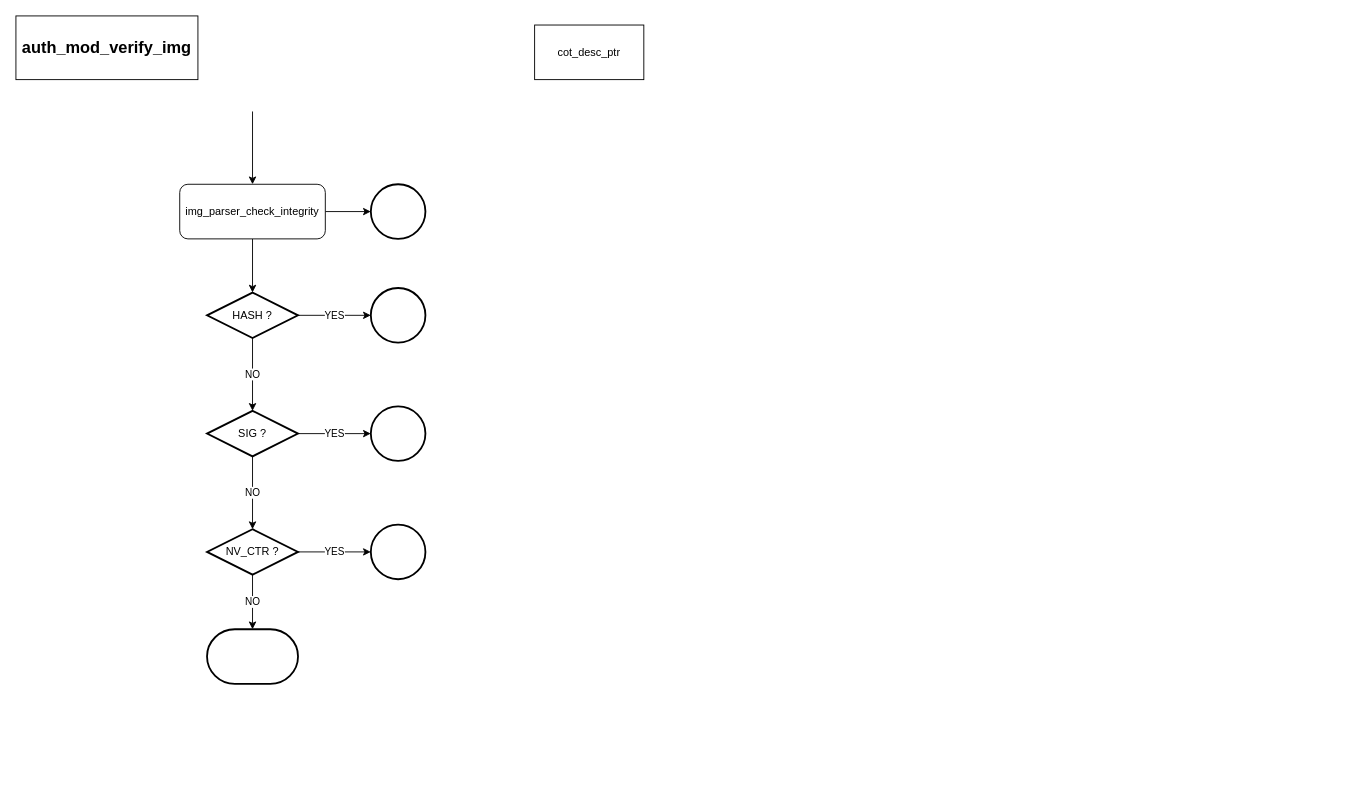
Earlier version of the draw.io diagram page "auth_mod_verify_img" (2 of 5) of mbedx509_parser.drawio (daichin/secureboot). Source tidied: cells renumbered, new cells numbered last; positions are measured from the earlier drawing's top-left corner, leaving out a move shared by most shapes. Both pictures are drawn from the tidied source at 91%, with x=0, y=0 at pixel (15, 15).
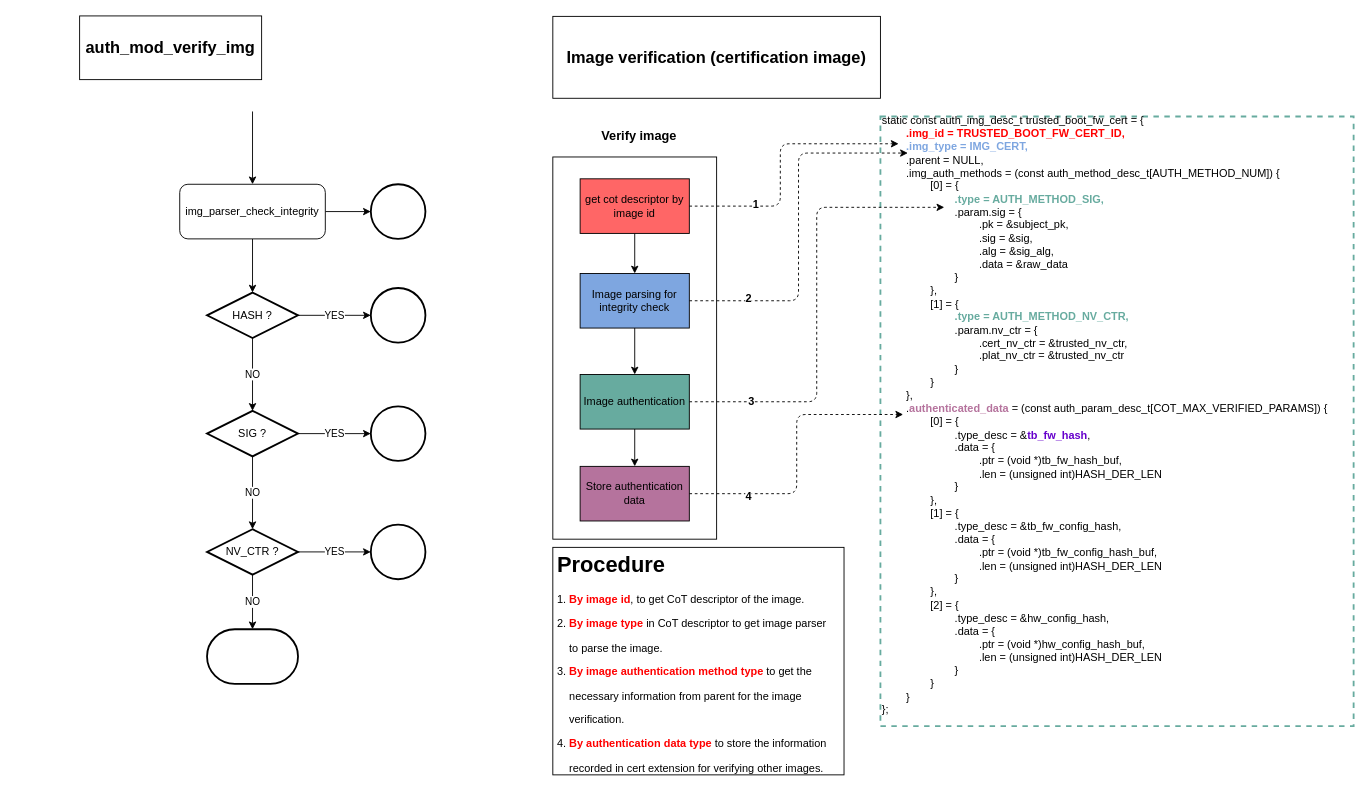
After the change.

What changed in the source:
```diff
@@
     <mxCell id="5" value="auth_mod_verify_img" style="text;html=1;strokeColor=#000000;fillColor=none;align=center;verticalAlign=middle;whiteSpace=wrap;rounded=0;fontSize=18;fontStyle=1;" parent="1" vertex="1">
-      <mxGeometry width="200" height="70" as="geometry" />
+      <mxGeometry x="70" width="200" height="70" as="geometry" />
     </mxCell>
@@
-    <mxCell id="7" value="cot_desc_ptr" style="rounded=0;whiteSpace=wrap;html=1;" parent="1" vertex="1">
-      <mxGeometry x="570" y="10" width="120" height="60" as="geometry" />
-    </mxCell>
@@
+    <mxCell id="22" style="edgeStyle=orthogonalEdgeStyle;rounded=0;jettySize=auto;html=1;exitX=0;exitY=0.5;exitDx=0;exitDy=0;entryX=0;entryY=0.4;entryDx=0;entryDy=0;entryPerimeter=0;dashed=1;fontSize=12;" parent="1" edge="1" source="23" target="43">
+      <mxGeometry relative="1" as="geometry" />
+    </mxCell>
+    <mxCell id="23" value="&lt;div&gt;&lt;div&gt;static const auth_img_desc_t trusted_boot_fw_cert = {&lt;/div&gt;&lt;div&gt;&lt;font color=&quot;#ff0000&quot;&gt;&lt;b&gt;&amp;nbsp; &amp;nbsp; &amp;nbsp; &amp;nbsp; .img_id = TRUSTED_BOOT_FW_CERT_ID,&amp;nbsp;&lt;/b&gt;&lt;/font&gt;&lt;/div&gt;&lt;div&gt;&lt;font color=&quot;#7ea6e0&quot;&gt;&lt;b&gt;&amp;nbsp; &amp;nbsp; &amp;nbsp; &amp;nbsp; .img_type = IMG_CERT,&lt;/b&gt;&lt;/font&gt;&lt;/div&gt;&lt;div&gt;&amp;nbsp; &amp;nbsp; &amp;nbsp; &amp;nbsp; .parent = NULL,&lt;/div&gt;&lt;div&gt;&amp;nbsp; &amp;nbsp; &amp;nbsp; &amp;nbsp; .img_auth_methods = (const auth_method_desc_t[AUTH_METHOD_NUM]) {&lt;/div&gt;&lt;div&gt;&amp;nbsp; &amp;nbsp; &amp;nbsp; &amp;nbsp; &amp;nbsp; &amp;nbsp; &amp;nbsp; &amp;nbsp; [0] = {&lt;/div&gt;&lt;div&gt;&lt;font color=&quot;#67ab9f&quot;&gt;&lt;b&gt;&amp;nbsp; &amp;nbsp; &amp;nbsp; &amp;nbsp; &amp;nbsp; &amp;nbsp; &amp;nbsp; &amp;nbsp; &amp;nbsp; &amp;nbsp; &amp;nbsp; &amp;nbsp; .type = AUTH_METHOD_SIG,&lt;/b&gt;&lt;/font&gt;&lt;/div&gt;&lt;div&gt;&amp;nbsp; &amp;nbsp; &amp;nbsp; &amp;nbsp; &amp;nbsp; &amp;nbsp; &amp;nbsp; &amp;nbsp; &amp;nbsp; &amp;nbsp; &amp;nbsp; &amp;nbsp; .param.sig = {&lt;/div&gt;&lt;div&gt;&amp;nbsp; &amp;nbsp; &amp;nbsp; &amp;nbsp; &amp;nbsp; &amp;nbsp; &amp;nbsp; &amp;nbsp; &amp;nbsp; &amp;nbsp; &amp;nbsp; &amp;nbsp; &amp;nbsp; &amp;nbsp; &amp;nbsp; &amp;nbsp; .pk = &amp;amp;subject_pk,&lt;/div&gt;&lt;div&gt;&amp;nbsp; &amp;nbsp; &amp;nbsp; &amp;nbsp; &amp;nbsp; &amp;nbsp; &amp;nbsp; &amp;nbsp; &amp;nbsp; &amp;nbsp; &amp;nbsp; &amp;nbsp; &amp;nbsp; &amp;nbsp; &amp;nbsp; &amp;nbsp; .sig = &amp;amp;sig,&lt;/div&gt;&lt;div&gt;&amp;nbsp; &amp;nbsp; &amp;nbsp; &amp;nbsp; &amp;nbsp; &amp;nbsp; &amp;nbsp; &amp;nbsp; &amp;nbsp; &amp;nbsp; &amp;nbsp; &amp;nbsp; &amp;nbsp; &amp;nbsp; &amp;nbsp; &amp;nbsp; .alg = &amp;amp;sig_alg,&lt;/div&gt;&lt;div&gt;&amp;nbsp; &amp;nbsp; &amp;nbsp; &amp;nbsp; &amp;nbsp; &amp;nbsp; &amp;nbsp; &amp;nbsp; &amp;nbsp; &amp;nbsp; &amp;nbsp; &amp;nbsp; &amp;nbsp; &amp;nbsp; &amp;nbsp; &amp;nbsp; .data = &amp;amp;raw_data&lt;/div&gt;&lt;div&gt;&amp;nbsp; &amp;nbsp; &amp;nbsp; &amp;nbsp; &amp;nbsp; &amp;nbsp; &amp;nbsp; &amp;nbsp; &amp;nbsp; &amp;nbsp; &amp;nbsp; &amp;nbsp; }&lt;/div&gt;&lt;div&gt;&amp;nbsp; &amp;nbsp; &amp;nbsp; &amp;nbsp; &amp;nbsp; &amp;nbsp; &amp;nbsp; &amp;nbsp; },&lt;/div&gt;&lt;div&gt;&amp;nbsp; &amp;nbsp; &amp;nbsp; &amp;nbsp; &amp;nbsp; &amp;nbsp; &amp;nbsp; &amp;nbsp; [1] = {&lt;/div&gt;&lt;div&gt;&lt;font color=&quot;#67ab9f&quot;&gt;&lt;b&gt;&amp;nbsp; &amp;nbsp; &amp;nbsp; &amp;nbsp; &amp;nbsp; &amp;nbsp; &amp;nbsp; &amp;nbsp; &amp;nbsp; &amp;nbsp; &amp;nbsp; &amp;nbsp; .type = AUTH_METHOD_NV_CTR,&lt;/b&gt;&lt;/font&gt;&lt;/div&gt;&lt;div&gt;&amp;nbsp; &amp;nbsp; &amp;nbsp; &amp;nbsp; &amp;nbsp; &amp;nbsp; &amp;nbsp; &amp;nbsp; &amp;nbsp; &amp;nbsp; &amp;nbsp; &amp;nbsp; .param.nv_ctr = {&lt;/div&gt;&lt;div&gt;&amp;nbsp; &amp;nbsp; &amp;nbsp; &amp;nbsp; &amp;nbsp; &amp;nbsp; &amp;nbsp; &amp;nbsp; &amp;nbsp; &amp;nbsp; &amp;nbsp; &amp;nbsp; &amp;nbsp; &amp;nbsp; &amp;nbsp; &amp;nbsp; .cert_nv_ctr = &amp;amp;trusted_nv_ctr,&lt;/div&gt;&lt;div&gt;&amp;nbsp; &amp;nbsp; &amp;nbsp; &amp;nbsp; &amp;nbsp; &amp;nbsp; &amp;nbsp; &amp;nbsp; &amp;nbsp; &amp;nbsp; &amp;nbsp; &amp;nbsp; &amp;nbsp; &amp;nbsp; &amp;nbsp; &amp;nbsp; .plat_nv_ctr = &amp;amp;trusted_nv_ctr&lt;/div&gt;&lt;div&gt;&amp;nbsp; &amp;nbsp; &amp;nbsp; &amp;nbsp; &amp;nbsp; &amp;nbsp; &amp;nbsp; &amp;nbsp; &amp;nbsp; &amp;nbsp; &amp;nbsp; &amp;nbsp; }&lt;/div&gt;&lt;div&gt;&amp;nbsp; &amp;nbsp; &amp;nbsp; &amp;nbsp; &amp;nbsp; &amp;nbsp; &amp;nbsp; &amp;nbsp; }&lt;/div&gt;&lt;div&gt;&amp;nbsp; &amp;nbsp; &amp;nbsp; &amp;nbsp; },&lt;/div&gt;&lt;div&gt;&amp;nbsp; &amp;nbsp; &amp;nbsp; &amp;nbsp; .&lt;font color=&quot;#b5739d&quot;&gt;&lt;b&gt;authenticated_data &lt;/b&gt;&lt;/font&gt;= (const auth_param_desc_t[COT_MAX_VERIFIED_PARAMS]) {&lt;/div&gt;&lt;div&gt;&amp;nbsp; &amp;nbsp; &amp;nbsp; &amp;nbsp; &amp;nbsp; &amp;nbsp; &amp;nbsp; &amp;nbsp; [0] = {&lt;/div&gt;&lt;div&gt;&amp;nbsp; &amp;nbsp; &amp;nbsp; &amp;nbsp; &amp;nbsp; &amp;nbsp; &amp;nbsp; &amp;nbsp; &amp;nbsp; &amp;nbsp; &amp;nbsp; &amp;nbsp; .type_desc = &amp;amp;&lt;font color=&quot;#6600cc&quot;&gt;&lt;b&gt;tb_fw_hash&lt;/b&gt;&lt;/font&gt;,&lt;/div&gt;&lt;div&gt;&amp;nbsp; &amp;nbsp; &amp;nbsp; &amp;nbsp; &amp;nbsp; &amp;nbsp; &amp;nbsp; &amp;nbsp; &amp;nbsp; &amp;nbsp; &amp;nbsp; &amp;nbsp; .data = {&lt;/div&gt;&lt;div&gt;&amp;nbsp; &amp;nbsp; &amp;nbsp; &amp;nbsp; &amp;nbsp; &amp;nbsp; &amp;nbsp; &amp;nbsp; &amp;nbsp; &amp;nbsp; &amp;nbsp; &amp;nbsp; &amp;nbsp; &amp;nbsp; &amp;nbsp; &amp;nbsp; .ptr = (void *)tb_fw_hash_buf,&lt;/div&gt;&lt;div&gt;&amp;nbsp; &amp;nbsp; &amp;nbsp; &amp;nbsp; &amp;nbsp; &amp;nbsp; &amp;nbsp; &amp;nbsp; &amp;nbsp; &amp;nbsp; &amp;nbsp; &amp;nbsp; &amp;nbsp; &amp;nbsp; &amp;nbsp; &amp;nbsp; .len = (unsigned int)HASH_DER_LEN&lt;/div&gt;&lt;div&gt;&amp;nbsp; &amp;nbsp; &amp;nbsp; &amp;nbsp; &amp;nbsp; &amp;nbsp; &amp;nbsp; &amp;nbsp; &amp;nbsp; &amp;nbsp; &amp;nbsp; &amp;nbsp; }&lt;/div&gt;&lt;div&gt;&amp;nbsp; &amp;nbsp; &amp;nbsp; &amp;nbsp; &amp;nbsp; &amp;nbsp; &amp;nbsp; &amp;nbsp; },&lt;/div&gt;&lt;div&gt;&amp;nbsp; &amp;nbsp; &amp;nbsp; &amp;nbsp; &amp;nbsp; &amp;nbsp; &amp;nbsp; &amp;nbsp; [1] = {&lt;/div&gt;&lt;div&gt;&amp;nbsp; &amp;nbsp; &amp;nbsp; &amp;nbsp; &amp;nbsp; &amp;nbsp; &amp;nbsp; &amp;nbsp; &amp;nbsp; &amp;nbsp; &amp;nbsp; &amp;nbsp; .type_desc = &amp;amp;tb_fw_config_hash,&lt;/div&gt;&lt;div&gt;&amp;nbsp; &amp;nbsp; &amp;nbsp; &amp;nbsp; &amp;nbsp; &amp;nbsp; &amp;nbsp; &amp;nbsp; &amp;nbsp; &amp;nbsp; &amp;nbsp; &amp;nbsp; .data = {&lt;/div&gt;&lt;div&gt;&amp;nbsp; &amp;nbsp; &amp;nbsp; &amp;nbsp; &amp;nbsp; &amp;nbsp; &amp;nbsp; &amp;nbsp; &amp;nbsp; &amp;nbsp; &amp;nbsp; &amp;nbsp; &amp;nbsp; &amp;nbsp; &amp;nbsp; &amp;nbsp; .ptr = (void *)tb_fw_config_hash_buf,&lt;/div&gt;&lt;div&gt;&amp;nbsp; &amp;nbsp; &amp;nbsp; &amp;nbsp; &amp;nbsp; &amp;nbsp; &amp;nbsp; &amp;nbsp; &amp;nbsp; &amp;nbsp; &amp;nbsp; &amp;nbsp; &amp;nbsp; &amp;nbsp; &amp;nbsp; &amp;nbsp; .len = (unsigned int)HASH_DER_LEN&lt;/div&gt;&lt;div&gt;&amp;nbsp; &amp;nbsp; &amp;nbsp; &amp;nbsp; &amp;nbsp; &amp;nbsp; &amp;nbsp; &amp;nbsp; &amp;nbsp; &amp;nbsp; &amp;nbsp; &amp;nbsp; }&lt;/div&gt;&lt;div&gt;&amp;nbsp; &amp;nbsp; &amp;nbsp; &amp;nbsp; &amp;nbsp; &amp;nbsp; &amp;nbsp; &amp;nbsp; },&lt;/div&gt;&lt;div&gt;&amp;nbsp; &amp;nbsp; &amp;nbsp; &amp;nbsp; &amp;nbsp; &amp;nbsp; &amp;nbsp; &amp;nbsp; [2] = {&lt;/div&gt;&lt;div&gt;&amp;nbsp; &amp;nbsp; &amp;nbsp; &amp;nbsp; &amp;nbsp; &amp;nbsp; &amp;nbsp; &amp;nbsp; &amp;nbsp; &amp;nbsp; &amp;nbsp; &amp;nbsp; .type_desc = &amp;amp;hw_config_hash,&lt;/div&gt;&lt;div&gt;&amp;nbsp; &amp;nbsp; &amp;nbsp; &amp;nbsp; &amp;nbsp; &amp;nbsp; &amp;nbsp; &amp;nbsp; &amp;nbsp; &amp;nbsp; &amp;nbsp; &amp;nbsp; .data = {&lt;/div&gt;&lt;div&gt;&amp;nbsp; &amp;nbsp; &amp;nbsp; &amp;nbsp; &amp;nbsp; &amp;nbsp; &amp;nbsp; &amp;nbsp; &amp;nbsp; &amp;nbsp; &amp;nbsp; &amp;nbsp; &amp;nbsp; &amp;nbsp; &amp;nbsp; &amp;nbsp; .ptr = (void *)hw_config_hash_buf,&lt;/div&gt;&lt;div&gt;&amp;nbsp; &amp;nbsp; &amp;nbsp; &amp;nbsp; &amp;nbsp; &amp;nbsp; &amp;nbsp; &amp;nbsp; &amp;nbsp; &amp;nbsp; &amp;nbsp; &amp;nbsp; &amp;nbsp; &amp;nbsp; &amp;nbsp; &amp;nbsp; .len = (unsigned int)HASH_DER_LEN&lt;/div&gt;&lt;div&gt;&amp;nbsp; &amp;nbsp; &amp;nbsp; &amp;nbsp; &amp;nbsp; &amp;nbsp; &amp;nbsp; &amp;nbsp; &amp;nbsp; &amp;nbsp; &amp;nbsp; &amp;nbsp; }&lt;/div&gt;&lt;div&gt;&amp;nbsp; &amp;nbsp; &amp;nbsp; &amp;nbsp; &amp;nbsp; &amp;nbsp; &amp;nbsp; &amp;nbsp; }&lt;/div&gt;&lt;div&gt;&amp;nbsp; &amp;nbsp; &amp;nbsp; &amp;nbsp; }&lt;/div&gt;&lt;div&gt;};&lt;/div&gt;&lt;/div&gt;&lt;div&gt;&lt;br&gt;&lt;/div&gt;" style="rounded=0;whiteSpace=wrap;html=1;align=left;dashed=1;strokeColor=#67AB9F;strokeWidth=2;" parent="1" vertex="1">
+      <mxGeometry x="950" y="110.5" width="520" height="670" as="geometry" />
+    </mxCell>
+    <mxCell id="24" value="Image verification (certification image)" style="text;html=1;strokeColor=#000000;fillColor=none;align=center;verticalAlign=middle;whiteSpace=wrap;rounded=0;fontSize=18;fontStyle=1;" parent="1" vertex="1">
+      <mxGeometry x="590" y="0.5" width="360" height="90" as="geometry" />
+    </mxCell>
+    <mxCell id="25" style="group;" parent="1" vertex="1">
+      <mxGeometry x="590" y="155" width="180" height="420" as="geometry" />
+    </mxCell>
+    <mxCell id="26" style="rounded=0;whiteSpace=wrap;html=1;strokeColor=#000000;fillColor=#FFFFFF;align=left;" parent="25" vertex="1">
+      <mxGeometry width="180" height="420" as="geometry" />
+    </mxCell>
+    <mxCell id="27" value="get cot descriptor by image id" style="rounded=0;whiteSpace=wrap;html=1;strokeColor=#000000;align=center;fillColor=#FF6666;" parent="25" vertex="1">
+      <mxGeometry x="30" y="24" width="120" height="60" as="geometry" />
+    </mxCell>
+    <mxCell id="28" value="Image parsing for integrity check" style="rounded=0;whiteSpace=wrap;html=1;strokeColor=#000000;align=center;fillColor=#7EA6E0;" parent="25" vertex="1">
+      <mxGeometry x="30" y="128" width="120" height="60" as="geometry" />
+    </mxCell>
+    <mxCell id="29" style="edgeStyle=orthogonalEdgeStyle;rounded=0;jettySize=auto;html=1;" parent="25" edge="1" source="27" target="28">
+      <mxGeometry relative="1" as="geometry" />
+    </mxCell>
+    <mxCell id="30" value="Image authentication" style="rounded=0;whiteSpace=wrap;html=1;strokeColor=#000000;align=center;fillColor=#67AB9F;" parent="25" vertex="1">
+      <mxGeometry x="30" y="239" width="120" height="60" as="geometry" />
+    </mxCell>
+    <mxCell id="31" style="edgeStyle=orthogonalEdgeStyle;rounded=0;jettySize=auto;html=1;" parent="25" edge="1" source="28" target="30">
+      <mxGeometry relative="1" as="geometry" />
+    </mxCell>
+    <mxCell id="32" value="Store authentication data" style="rounded=0;whiteSpace=wrap;html=1;strokeColor=#000000;align=center;fillColor=#B5739D;" parent="25" vertex="1">
+      <mxGeometry x="30" y="340" width="120" height="60" as="geometry" />
+    </mxCell>
+    <mxCell id="33" style="edgeStyle=orthogonalEdgeStyle;rounded=0;jettySize=auto;html=1;" parent="25" edge="1" source="30" target="32">
+      <mxGeometry relative="1" as="geometry" />
+    </mxCell>
+    <mxCell id="34" value="&lt;b&gt;&lt;font style=&quot;font-size: 14px&quot;&gt;Verify image&lt;/font&gt;&lt;/b&gt;" style="text;html=1;strokeColor=none;fillColor=none;align=center;verticalAlign=middle;whiteSpace=wrap;rounded=0;" parent="1" vertex="1">
+      <mxGeometry x="630" y="122" width="110" height="20" as="geometry" />
+    </mxCell>
+    <mxCell id="35" style="edgeStyle=elbowEdgeStyle;elbow=horizontal;endArrow=classic;html=1;dashed=1;fontSize=12;exitX=1;exitY=0.5;exitDx=0;exitDy=0;" parent="1" edge="1" source="27">
+      <mxGeometry relative="1" as="geometry">
+        <mxPoint x="970" y="140.5" as="targetPoint" />
+        <Array as="points">
+          <mxPoint x="840" y="180.5" />
+        </Array>
+      </mxGeometry>
+    </mxCell>
+    <mxCell id="36" value="&lt;b&gt;1&lt;/b&gt;" style="text;html=1;align=center;verticalAlign=middle;labelBackgroundColor=#ffffff;fontSize=12;" parent="35" vertex="1">
+      <mxGeometry x="-0.52" y="2" relative="1" as="geometry" />
+    </mxCell>
+    <mxCell id="37" style="edgeStyle=elbowEdgeStyle;elbow=horizontal;endArrow=classic;html=1;dashed=1;fontSize=12;exitX=1;exitY=0.5;exitDx=0;exitDy=0;entryX=0.058;entryY=0.06;entryDx=0;entryDy=0;entryPerimeter=0;" parent="1" edge="1" source="28" target="23">
+      <mxGeometry relative="1" as="geometry" />
+    </mxCell>
+    <mxCell id="38" value="&lt;b&gt;2&lt;/b&gt;" style="text;html=1;align=center;verticalAlign=middle;labelBackgroundColor=#ffffff;fontSize=12;" parent="37" vertex="1">
+      <mxGeometry x="-0.68" y="3" relative="1" as="geometry" />
+    </mxCell>
+    <mxCell id="39" style="edgeStyle=elbowEdgeStyle;elbow=horizontal;endArrow=classic;html=1;dashed=1;fontSize=12;entryX=0.135;entryY=0.149;entryDx=0;entryDy=0;entryPerimeter=0;exitX=1;exitY=0.5;exitDx=0;exitDy=0;" parent="1" edge="1" source="30" target="23">
+      <mxGeometry relative="1" as="geometry" />
+    </mxCell>
+    <mxCell id="40" value="&lt;b&gt;3&lt;/b&gt;" style="text;html=1;align=center;verticalAlign=middle;labelBackgroundColor=#ffffff;fontSize=12;" parent="39" vertex="1">
+      <mxGeometry x="-0.71" relative="1" as="geometry">
+        <mxPoint x="-5" y="-0.5" as="offset" />
+      </mxGeometry>
+    </mxCell>
+    <mxCell id="41" style="edgeStyle=elbowEdgeStyle;elbow=horizontal;endArrow=classic;html=1;dashed=1;fontSize=12;exitX=1;exitY=0.5;exitDx=0;exitDy=0;entryX=0.25;entryY=0;entryDx=0;entryDy=0;" parent="1" edge="1" source="32" target="43">
+      <mxGeometry relative="1" as="geometry" />
+    </mxCell>
+    <mxCell id="42" value="&lt;b&gt;4&lt;/b&gt;" style="text;html=1;align=center;verticalAlign=middle;labelBackgroundColor=#ffffff;fontSize=12;" parent="41" vertex="1">
+      <mxGeometry x="-0.6" y="-2" relative="1" as="geometry" />
+    </mxCell>
+    <mxCell id="43" style="rounded=0;whiteSpace=wrap;html=1;dashed=1;strokeColor=#67AB9F;fontSize=12;align=left;" parent="1" vertex="1">
+      <mxGeometry x="975" y="430.5" height="15" as="geometry" />
+    </mxCell>
+    <mxCell id="44" value="&lt;h1&gt;Procedure&lt;/h1&gt;&lt;p&gt;1. &lt;font color=&quot;#ff0000&quot;&gt;&lt;b&gt;By image id&lt;/b&gt;&lt;/font&gt;, to&amp;nbsp;&lt;span&gt;get CoT descriptor of the image.&lt;/span&gt;&lt;/p&gt;&lt;p&gt;2. &lt;font color=&quot;#ff0000&quot;&gt;&lt;b&gt;By image type&lt;/b&gt;&lt;/font&gt; in CoT descriptor to get image parser&amp;nbsp;&lt;/p&gt;&lt;p&gt;&amp;nbsp; &amp;nbsp; to parse the image.&lt;/p&gt;&lt;p&gt;3. &lt;b&gt;&lt;font color=&quot;#ff0000&quot;&gt;By image authentication method type&lt;/font&gt;&lt;/b&gt; to get the&amp;nbsp;&lt;/p&gt;&lt;p&gt;&amp;nbsp; &amp;nbsp; necessary&amp;nbsp;&lt;span&gt;information from parent for the image&amp;nbsp;&lt;/span&gt;&lt;/p&gt;&lt;p&gt;&lt;span&gt;&amp;nbsp; &amp;nbsp; verification.&lt;/span&gt;&lt;/p&gt;&lt;p&gt;4. &lt;b&gt;&lt;font color=&quot;#ff0000&quot;&gt;By authentication data type&lt;/font&gt;&lt;/b&gt; to store the information&amp;nbsp;&amp;nbsp;&lt;/p&gt;&lt;p&gt;&amp;nbsp; &amp;nbsp; recorded in cert extension for verifying other images.&lt;/p&gt;&lt;p&gt;&lt;br&gt;&lt;/p&gt;" style="text;html=1;strokeColor=#000000;fillColor=none;spacing=5;spacingTop=-20;whiteSpace=wrap;overflow=hidden;rounded=0;fontSize=12;align=left;" parent="1" vertex="1">
+      <mxGeometry x="590" y="584" width="320" height="250" as="geometry" />
+    </mxCell>
```
